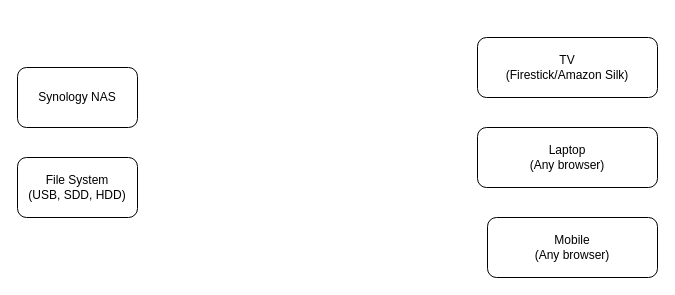
Earlier version of the draw.io diagram page "Page-1" (1 of 2) of graphics/EyedeeaPhotos.drawio (eyedia/EyedeeaPhotos). Source tidied: cells renumbered, new cells numbered last; positions are measured from the earlier drawing's top-left corner, leaving out a move shared by most shapes. Both pictures are drawn from the tidied source at 100%, with x=0, y=0 at pixel (17, 37).
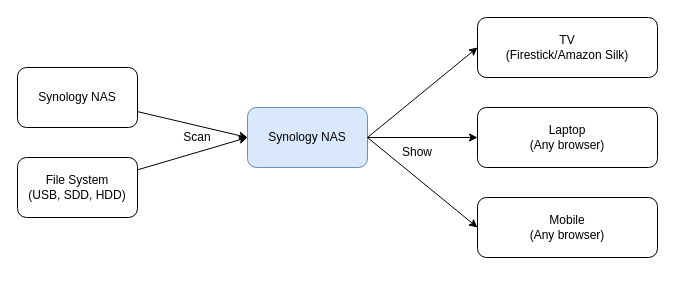
Above is the later version.

Diff of the diagram source:
```diff
@@
 <mxGraphModel>
   <root>
     <mxCell id="0" />
     <mxCell id="1" parent="0" />
+    <mxCell id="7" style="rounded=0;jettySize=auto;html=1;entryX=0;entryY=0.5;entryDx=0;entryDy=0;" parent="1" edge="1" source="2" target="10">
+      <mxGeometry relative="1" as="geometry" />
+    </mxCell>
     <mxCell id="2" value="Synology NAS" style="rounded=1;whiteSpace=wrap;html=1;" parent="1" vertex="1">
       <mxGeometry y="30" width="120" height="60" as="geometry" />
     </mxCell>
+    <mxCell id="8" style="rounded=0;jettySize=auto;html=1;entryX=0;entryY=0.5;entryDx=0;entryDy=0;" parent="1" edge="1" source="3" target="10">
+      <mxGeometry relative="1" as="geometry" />
+    </mxCell>
     <mxCell id="3" value="File System&lt;div&gt;(USB, SDD, HDD)&lt;/div&gt;" style="rounded=1;whiteSpace=wrap;html=1;" parent="1" vertex="1">
       <mxGeometry y="120" width="120" height="60" as="geometry" />
     </mxCell>
     <mxCell id="4" value="TV&lt;div&gt;(Firestick/Amazon Silk)&lt;/div&gt;" style="rounded=1;whiteSpace=wrap;html=1;" parent="1" vertex="1">
-      <mxGeometry x="460" width="180" height="60" as="geometry" />
+      <mxGeometry x="460" y="-20" width="180" height="60" as="geometry" />
     </mxCell>
     <mxCell id="5" value="Laptop&lt;div&gt;(Any browser)&lt;/div&gt;" style="rounded=1;whiteSpace=wrap;html=1;" parent="1" vertex="1">
-      <mxGeometry x="460" y="90" width="180" height="60" as="geometry" />
+      <mxGeometry x="460" y="70" width="180" height="60" as="geometry" />
     </mxCell>
     <mxCell id="6" value="Mobile&lt;div&gt;(Any browser)&lt;/div&gt;" style="rounded=1;whiteSpace=wrap;html=1;" parent="1" vertex="1">
-      <mxGeometry x="470" y="180" width="170" height="60" as="geometry" />
+      <mxGeometry x="460" y="160" width="180" height="60" as="geometry" />
     </mxCell>
+    <mxCell id="9" style="rounded=0;jettySize=auto;html=1;entryX=0;entryY=0.5;entryDx=0;entryDy=0;exitX=1;exitY=0.5;exitDx=0;exitDy=0;" parent="1" edge="1" source="10" target="4">
+      <mxGeometry relative="1" as="geometry" />
+    </mxCell>
+    <mxCell id="10" value="Synology NAS" style="rounded=1;whiteSpace=wrap;html=1;fillColor=#dae8fc;strokeColor=#6c8ebf;" parent="1" vertex="1">
+      <mxGeometry x="230" y="70" width="120" height="60" as="geometry" />
+    </mxCell>
+    <mxCell id="11" style="rounded=0;jettySize=auto;html=1;entryX=0;entryY=0.5;entryDx=0;entryDy=0;exitX=1;exitY=0.5;exitDx=0;exitDy=0;" parent="1" edge="1" source="10" target="5">
+      <mxGeometry relative="1" as="geometry" />
+    </mxCell>
+    <mxCell id="12" style="rounded=0;jettySize=auto;html=1;entryX=0;entryY=0.5;entryDx=0;entryDy=0;" parent="1" edge="1" target="6">
+      <mxGeometry relative="1" as="geometry">
+        <mxPoint x="350" y="100" as="sourcePoint" />
+      </mxGeometry>
+    </mxCell>
+    <mxCell id="13" value="Scan" style="text;html=1;align=center;verticalAlign=middle;whiteSpace=wrap;rounded=0;" parent="1" vertex="1">
+      <mxGeometry x="150" y="85" width="60" height="30" as="geometry" />
+    </mxCell>
+    <mxCell id="14" value="Show" style="text;html=1;align=center;verticalAlign=middle;whiteSpace=wrap;rounded=0;" parent="1" vertex="1">
+      <mxGeometry x="370" y="100" width="60" height="30" as="geometry" />
+    </mxCell>
   </root>
 </mxGraphModel>
```
